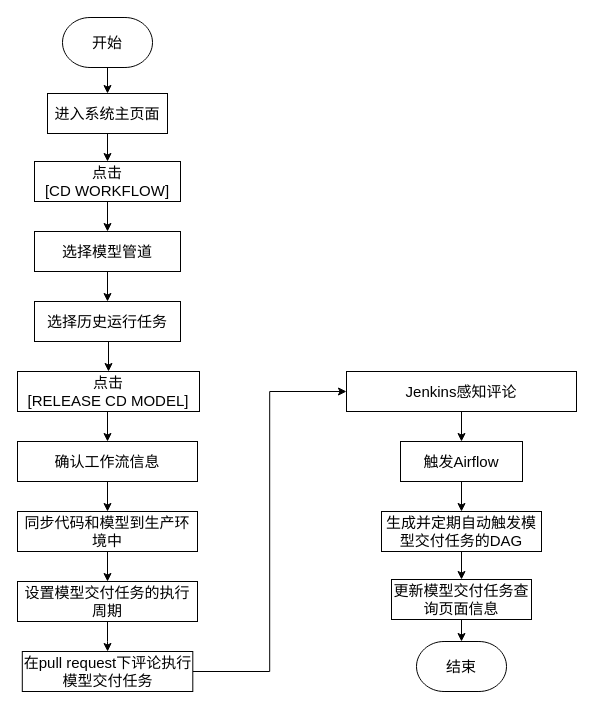
Before: 模型交付任务申请流程图.drawio in Sequin-hdd/COINFO, a draw.io diagram. Source tidied: cells renumbered, new cells numbered last; positions are measured from the earlier drawing's top-left corner, leaving out a move shared by most shapes. Both pictures are drawn from the tidied source at 100%, with x=0, y=0 at pixel (17, 17).
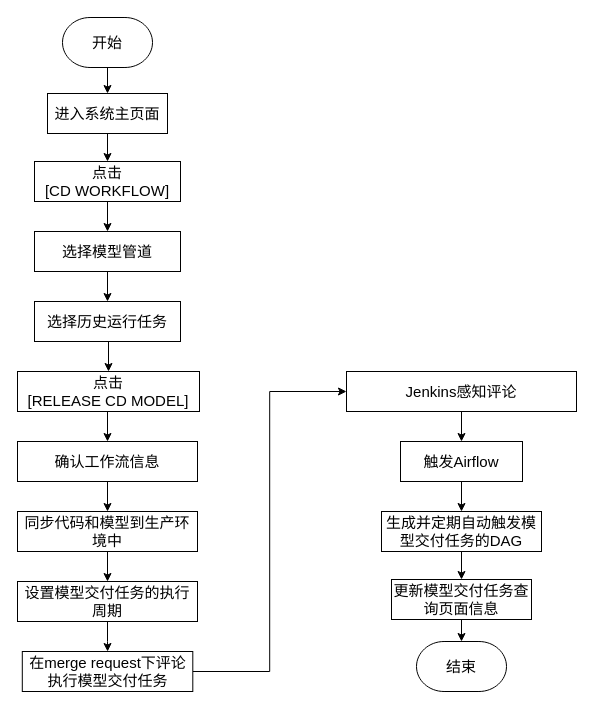
Above is the later version.

Commit message:
更新模型交付任务申请流程图.drawio

Change to the diagram source:
```diff
@@
-    <mxCell id="17" value="&lt;span style=&quot;font-size: 15px&quot;&gt;在pull request下评论执行模型交付任务&lt;/span&gt;&lt;span style=&quot;font-size: 15px&quot;&gt;&lt;br&gt;&lt;/span&gt;" style="rounded=0;whiteSpace=wrap;html=1;" parent="1" vertex="1">
+    <mxCell id="17" value="&lt;span style=&quot;font-size: 15px&quot;&gt;在merge request下评论执行模型交付任务&lt;/span&gt;&lt;span style=&quot;font-size: 15px&quot;&gt;&lt;br&gt;&lt;/span&gt;" style="rounded=0;whiteSpace=wrap;html=1;" parent="1" vertex="1">
       <mxGeometry x="4.8" y="634" width="170.5" height="40" as="geometry" />
     </mxCell>
```
